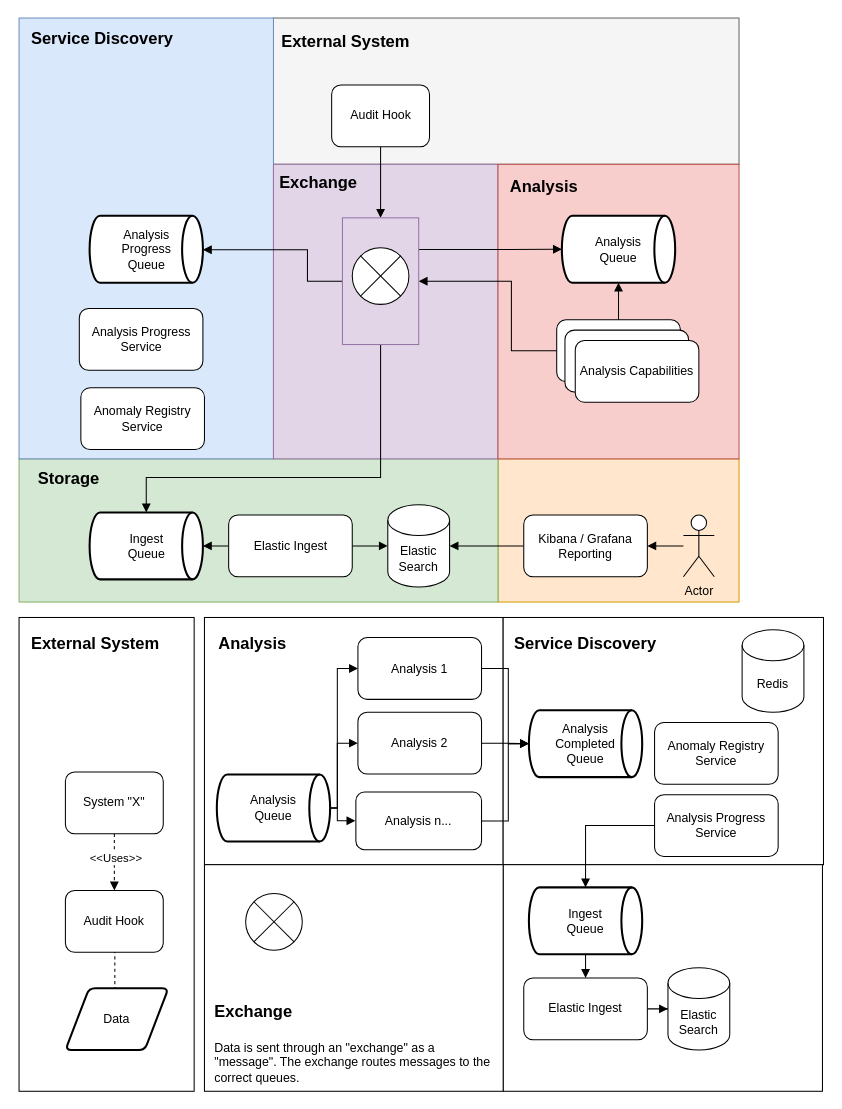
This is rabbit_connections.drawio from gullskatten/BPMN-models, a draw.io file, before an edit. Source tidied: cells renumbered, new cells numbered last; positions are measured from the earlier drawing's top-left corner, leaving out a move shared by most shapes. Both pictures are drawn from the tidied source at 103%, with x=0, y=0 at pixel (19, 18).
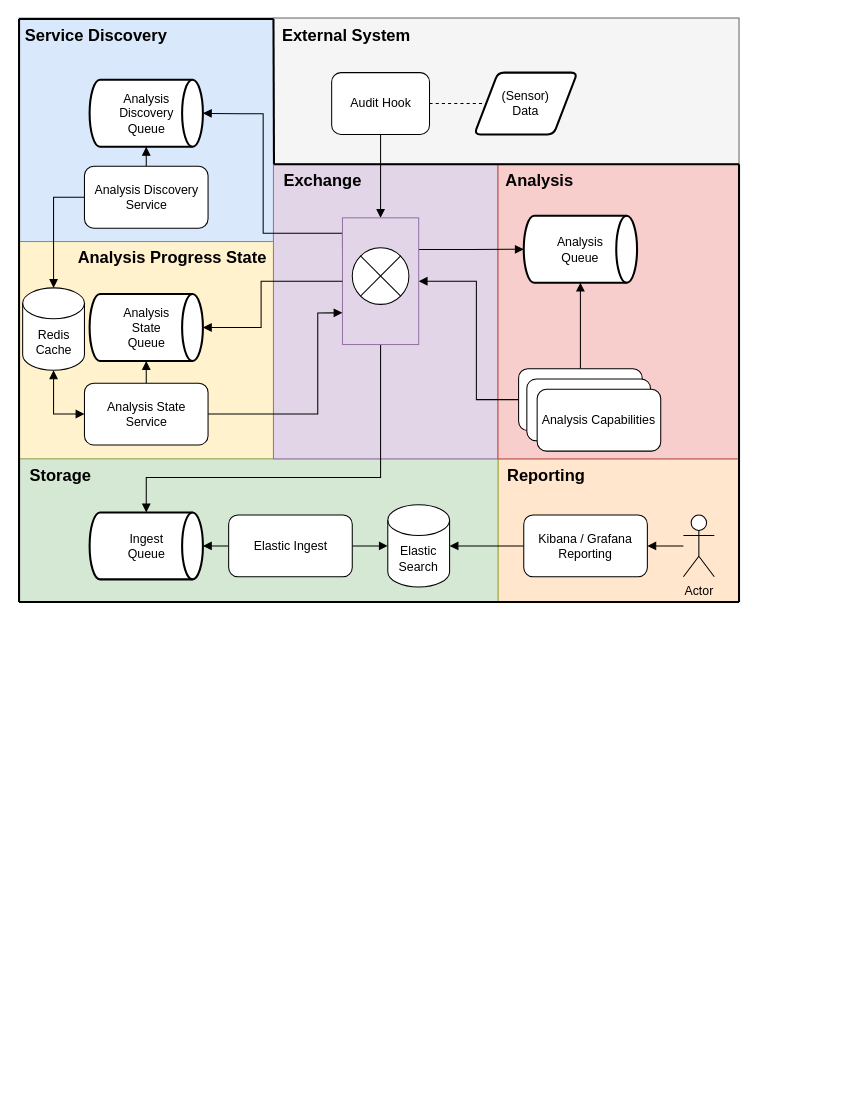
The same page after the edit.

The change refers to these unchanged cells:
```xml
<mxCell id="2" style="rounded=0;whiteSpace=wrap;html=1;fontSize=12;fillColor=#ffe6cc;align=left;strokeColor=#d79b00;" parent="1" vertex="1">
  <mxGeometry x="465" y="428" width="234" height="139" as="geometry" />
</mxCell>
<mxCell id="3" style="rounded=0;whiteSpace=wrap;html=1;fontSize=12;fillColor=#d5e8d4;align=left;strokeColor=#82b366;" parent="1" vertex="1">
  <mxGeometry y="428" width="465" height="139" as="geometry" />
</mxCell>
<mxCell id="40" style="rounded=0;whiteSpace=wrap;html=1;fontSize=12;fillColor=#f5f5f5;align=left;strokeColor=#666666;fontColor=#333333;" parent="1" vertex="1">
  <mxGeometry x="247" width="452" height="142" as="geometry" />
</mxCell>
<mxCell id="43" style="rounded=0;whiteSpace=wrap;html=1;fontSize=12;fillColor=#f8cecc;align=left;strokeColor=#b85450;" parent="1" vertex="1">
  <mxGeometry x="465" y="142" width="234" height="286" as="geometry" />
</mxCell>
<mxCell id="63" style="rounded=0;whiteSpace=wrap;html=1;fontSize=12;fillColor=#e1d5e7;align=left;strokeColor=#9673a6;" parent="1" vertex="1">
  <mxGeometry x="314" y="194" width="74" height="123" as="geometry" />
</mxCell>
```

Diff of the diagram source:
```diff
@@
+    <mxCell id="74" style="rounded=0;whiteSpace=wrap;html=1;fontSize=12;fillColor=#fff2cc;align=left;strokeColor=#d6b656;" parent="1" vertex="1">
+      <mxGeometry y="216" width="247" height="212" as="geometry" />
+    </mxCell>
@@
-    <mxCell id="4" style="rounded=0;whiteSpace=wrap;html=1;" parent="1" vertex="1">
-      <mxGeometry x="180" y="582" width="290" height="240" as="geometry" />
-    </mxCell>
-    <mxCell id="5" style="rounded=0;whiteSpace=wrap;html=1;" parent="1" vertex="1">
-      <mxGeometry x="470" y="582" width="311" height="240" as="geometry" />
-    </mxCell>
-    <mxCell id="6" style="rounded=0;whiteSpace=wrap;html=1;" parent="1" vertex="1">
-      <mxGeometry x="470" y="822" width="310" height="220" as="geometry" />
-    </mxCell>
-    <mxCell id="7" style="rounded=0;whiteSpace=wrap;html=1;" parent="1" vertex="1">
-      <mxGeometry y="582" width="170" height="460" as="geometry" />
-    </mxCell>
-    <mxCell id="8" style="rounded=0;whiteSpace=wrap;html=1;" parent="1" vertex="1">
-      <mxGeometry x="180" y="822" width="290" height="220" as="geometry" />
-    </mxCell>
-    <mxCell id="9" style="edgeStyle=orthogonalEdgeStyle;rounded=0;jettySize=auto;html=1;entryX=0;entryY=0.5;entryDx=0;entryDy=0;entryPerimeter=0;fontSize=12;endArrow=block;endFill=1;" parent="1" edge="1" source="10" target="37">
-      <mxGeometry relative="1" as="geometry">
-        <Array as="points">
-          <mxPoint x="475" y="632" />
-          <mxPoint x="475" y="705" />
-        </Array>
-      </mxGeometry>
-    </mxCell>
-    <mxCell id="10" value="Analysis 1" style="rounded=1;whiteSpace=wrap;html=1;" parent="1" vertex="1">
-      <mxGeometry x="329" y="601.5" width="120" height="60" as="geometry" />
-    </mxCell>
-    <mxCell id="11" style="edgeStyle=orthogonalEdgeStyle;rounded=0;jettySize=auto;html=1;fontSize=12;endArrow=block;endFill=1;" parent="1" edge="1" source="12" target="37">
-      <mxGeometry relative="1" as="geometry" />
-    </mxCell>
-    <mxCell id="12" value="Analysis 2" style="rounded=1;whiteSpace=wrap;html=1;" parent="1" vertex="1">
-      <mxGeometry x="329" y="674" width="120" height="60" as="geometry" />
-    </mxCell>
-    <mxCell id="13" style="edgeStyle=orthogonalEdgeStyle;rounded=0;jettySize=auto;html=1;entryX=0;entryY=0.5;entryDx=0;entryDy=0;entryPerimeter=0;fontSize=12;endArrow=block;endFill=1;" parent="1" edge="1" source="14" target="37">
-      <mxGeometry relative="1" as="geometry">
-        <Array as="points">
-          <mxPoint x="475" y="780" />
-          <mxPoint x="475" y="705" />
-        </Array>
-      </mxGeometry>
-    </mxCell>
-    <mxCell id="14" value="Analysis n..." style="rounded=1;whiteSpace=wrap;html=1;" parent="1" vertex="1">
-      <mxGeometry x="327" y="751.5" width="122" height="56" as="geometry" />
-    </mxCell>
-    <mxCell id="15" style="edgeStyle=orthogonalEdgeStyle;rounded=0;jettySize=auto;html=1;fontSize=12;endArrow=block;endFill=1;" parent="1" edge="1" source="16" target="27">
-      <mxGeometry relative="1" as="geometry" />
-    </mxCell>
-    <mxCell id="16" value="Elastic Ingest" style="rounded=1;whiteSpace=wrap;html=1;" parent="1" vertex="1">
-      <mxGeometry x="490" y="932" width="120" height="60" as="geometry" />
-    </mxCell>
-    <mxCell id="17" value="Anomaly Registry&lt;br&gt;Service" style="rounded=1;whiteSpace=wrap;html=1;" parent="1" vertex="1">
-      <mxGeometry x="617" y="684" width="120" height="60" as="geometry" />
-    </mxCell>
-    <mxCell id="18" value="Redis" style="shape=cylinder3;whiteSpace=wrap;html=1;boundedLbl=1;backgroundOutline=1;size=15;" parent="1" vertex="1">
-      <mxGeometry x="702" y="594" width="60" height="80" as="geometry" />
-    </mxCell>
-    <mxCell id="19" value="Audit Hook" style="rounded=1;whiteSpace=wrap;html=1;" parent="1" vertex="1">
-      <mxGeometry x="45" y="847" width="95" height="60" as="geometry" />
-    </mxCell>
-    <mxCell id="20" style="edgeStyle=orthogonalEdgeStyle;rounded=0;jettySize=auto;html=1;dashed=1;endArrow=none;endFill=0;exitX=0.5;exitY=0;exitDx=0;exitDy=0;" parent="1" edge="1" source="21" target="19">
-      <mxGeometry relative="1" as="geometry">
-        <Array as="points">
-          <mxPoint x="93" y="942" />
-        </Array>
-      </mxGeometry>
-    </mxCell>
-    <mxCell id="21" value="Data" style="shape=parallelogram;html=1;strokeWidth=2;perimeter=parallelogramPerimeter;whiteSpace=wrap;rounded=1;arcSize=12;size=0.23;" parent="1" vertex="1">
-      <mxGeometry x="45" y="942" width="100" height="60" as="geometry" />
-    </mxCell>
-    <mxCell id="22" style="edgeStyle=orthogonalEdgeStyle;rounded=0;jettySize=auto;html=1;entryX=0.5;entryY=0;entryDx=0;entryDy=0;entryPerimeter=0;fontSize=12;endArrow=block;endFill=1;" parent="1" edge="1" source="23" target="35">
-      <mxGeometry relative="1" as="geometry" />
-    </mxCell>
-    <mxCell id="23" value="Analysis Progress&lt;br&gt;Service" style="rounded=1;whiteSpace=wrap;html=1;" parent="1" vertex="1">
-      <mxGeometry x="617" y="754" width="120" height="60" as="geometry" />
-    </mxCell>
-    <mxCell id="24" style="edgeStyle=orthogonalEdgeStyle;rounded=0;jettySize=auto;html=1;entryX=0.5;entryY=0;entryDx=0;entryDy=0;dashed=1;endArrow=block;endFill=1;" parent="1" edge="1" source="26" target="19">
-      <mxGeometry relative="1" as="geometry" />
-    </mxCell>
-    <mxCell id="25" value="&amp;lt;&amp;lt;Uses&amp;gt;&amp;gt;" style="edgeLabel;html=1;align=center;verticalAlign=middle;" parent="24" vertex="1">
-      <mxGeometry x="-0.18" y="1" relative="1" as="geometry" />
-    </mxCell>
-    <mxCell id="26" value="System &quot;X&quot;" style="rounded=1;whiteSpace=wrap;html=1;" parent="1" vertex="1">
-      <mxGeometry x="45" y="732" width="95" height="60" as="geometry" />
-    </mxCell>
-    <mxCell id="27" value="Elastic&lt;br&gt;Search" style="shape=cylinder3;whiteSpace=wrap;html=1;boundedLbl=1;backgroundOutline=1;size=15;" parent="1" vertex="1">
-      <mxGeometry x="630" y="922" width="60" height="80" as="geometry" />
-    </mxCell>
-    <mxCell id="28" style="edgeStyle=orthogonalEdgeStyle;rounded=0;jettySize=auto;html=1;entryX=-0.004;entryY=0.496;entryDx=0;entryDy=0;fontSize=12;endArrow=block;endFill=1;entryPerimeter=0;" parent="1" edge="1" target="14">
-      <mxGeometry relative="1" as="geometry">
-        <mxPoint x="300" y="767" as="sourcePoint" />
-        <Array as="points">
-          <mxPoint x="309" y="767" />
-          <mxPoint x="309" y="779" />
-        </Array>
-      </mxGeometry>
-    </mxCell>
-    <mxCell id="29" style="edgeStyle=orthogonalEdgeStyle;rounded=0;jettySize=auto;html=1;entryX=0;entryY=0.5;entryDx=0;entryDy=0;fontSize=12;endArrow=block;endFill=1;" parent="1" edge="1" source="31" target="10">
-      <mxGeometry relative="1" as="geometry">
-        <Array as="points">
-          <mxPoint x="309" y="767" />
-          <mxPoint x="309" y="632" />
-        </Array>
-      </mxGeometry>
-    </mxCell>
-    <mxCell id="30" style="edgeStyle=orthogonalEdgeStyle;rounded=0;jettySize=auto;html=1;entryX=0;entryY=0.5;entryDx=0;entryDy=0;fontSize=12;endArrow=block;endFill=1;" parent="1" edge="1" source="31" target="12">
-      <mxGeometry relative="1" as="geometry">
-        <Array as="points">
-          <mxPoint x="309" y="767" />
-          <mxPoint x="309" y="704" />
-        </Array>
-      </mxGeometry>
-    </mxCell>
-    <mxCell id="31" value="Analysis &lt;br&gt;Queue" style="strokeWidth=2;html=1;shape=mxgraph.flowchart.direct_data;whiteSpace=wrap;" parent="1" vertex="1">
-      <mxGeometry x="192" y="734.5" width="110" height="65" as="geometry" />
-    </mxCell>
-    <mxCell id="32" value="&lt;h1&gt;&lt;font style=&quot;font-size: 16px&quot;&gt;Exchange&lt;/font&gt;&lt;/h1&gt;&lt;div&gt;&lt;font style=&quot;font-size: 12px&quot;&gt;Data is sent through an &quot;exchange&quot; as a &quot;message&quot;. The exchange routes messages to the correct queues.&lt;/font&gt;&lt;/div&gt;" style="text;html=1;strokeColor=none;fillColor=none;spacing=5;spacingTop=-20;whiteSpace=wrap;overflow=hidden;rounded=0;" parent="1" vertex="1">
-      <mxGeometry x="185" y="942" width="280" height="100" as="geometry" />
-    </mxCell>
-    <mxCell id="33" style="shape=sumEllipse;perimeter=ellipsePerimeter;whiteSpace=wrap;html=1;backgroundOutline=1;fontSize=12;fillColor=#FFFFFF;" parent="1" vertex="1">
-      <mxGeometry x="220" y="850" width="55" height="55" as="geometry" />
-    </mxCell>
-    <mxCell id="34" style="edgeStyle=orthogonalEdgeStyle;rounded=0;jettySize=auto;html=1;entryX=0.5;entryY=0;entryDx=0;entryDy=0;fontSize=12;endArrow=block;endFill=1;" parent="1" edge="1" source="35" target="16">
-      <mxGeometry relative="1" as="geometry" />
-    </mxCell>
-    <mxCell id="35" value="Ingest&lt;br&gt;Queue" style="strokeWidth=2;html=1;shape=mxgraph.flowchart.direct_data;whiteSpace=wrap;" parent="1" vertex="1">
-      <mxGeometry x="495" y="844" width="110" height="65" as="geometry" />
-    </mxCell>
-    <mxCell id="36" value="&lt;font style=&quot;font-size: 16px&quot;&gt;&lt;b&gt;Service Discovery&lt;/b&gt;&lt;/font&gt;" style="text;html=1;strokeColor=none;fillColor=none;align=center;verticalAlign=middle;whiteSpace=wrap;rounded=0;fontSize=12;" parent="1" vertex="1">
-      <mxGeometry x="475" y="592" width="150" height="30" as="geometry" />
-    </mxCell>
-    <mxCell id="37" value="Analysis&lt;br&gt;Completed&lt;br&gt;Queue" style="strokeWidth=2;html=1;shape=mxgraph.flowchart.direct_data;whiteSpace=wrap;" parent="1" vertex="1">
-      <mxGeometry x="495" y="672" width="110" height="65" as="geometry" />
-    </mxCell>
-    <mxCell id="38" value="&lt;font style=&quot;font-size: 16px&quot;&gt;&lt;b&gt;Analysis&lt;/b&gt;&lt;/font&gt;" style="text;html=1;strokeColor=none;fillColor=none;align=left;verticalAlign=middle;whiteSpace=wrap;rounded=0;fontSize=12;" parent="1" vertex="1">
-      <mxGeometry x="192" y="592" width="76" height="30" as="geometry" />
-    </mxCell>
-    <mxCell id="39" value="&lt;font style=&quot;font-size: 16px&quot;&gt;&lt;b&gt;External System&lt;/b&gt;&lt;/font&gt;" style="text;html=1;strokeColor=none;fillColor=none;align=left;verticalAlign=middle;whiteSpace=wrap;rounded=0;fontSize=12;" parent="1" vertex="1">
-      <mxGeometry x="10" y="592" width="135" height="30" as="geometry" />
-    </mxCell>
@@
     <mxCell id="41" style="rounded=0;whiteSpace=wrap;html=1;fontSize=12;fillColor=#dae8fc;align=left;strokeColor=#6c8ebf;" parent="1" vertex="1">
-      <mxGeometry width="247" height="428" as="geometry" />
+      <mxGeometry width="247" height="217" as="geometry" />
     </mxCell>
@@
-    <mxCell id="44" value="&lt;font style=&quot;font-size: 16px&quot;&gt;&lt;b&gt;Exchange&lt;/b&gt;&lt;/font&gt;" style="text;html=1;strokeColor=none;fillColor=none;align=left;verticalAlign=middle;whiteSpace=wrap;rounded=0;fontSize=12;" parent="1" vertex="1">
-      <mxGeometry x="251" y="145" width="76" height="30" as="geometry" />
+    <mxCell id="44" value="&lt;font style=&quot;font-size: 16px&quot;&gt;&lt;b&gt;Exchange&lt;/b&gt;&lt;/font&gt;" style="text;html=1;strokeColor=none;fillColor=none;align=center;verticalAlign=middle;whiteSpace=wrap;rounded=0;fontSize=12;" parent="1" vertex="1">
+      <mxGeometry x="247.5" y="142" width="93.5" height="32" as="geometry" />
     </mxCell>
-    <mxCell id="45" style="edgeStyle=orthogonalEdgeStyle;rounded=0;jettySize=auto;html=1;fontSize=12;endArrow=block;endFill=1;exitX=0;exitY=0.5;exitDx=0;exitDy=0;" parent="1" edge="1" source="63" target="54">
-      <mxGeometry relative="1" as="geometry">
-        <Array as="points">
-          <mxPoint x="280" y="255" />
-          <mxPoint x="280" y="225" />
-        </Array>
-      </mxGeometry>
-    </mxCell>
@@
-    <mxCell id="48" value="&lt;font style=&quot;font-size: 16px&quot;&gt;&lt;b&gt;External System&lt;/b&gt;&lt;/font&gt;" style="text;html=1;strokeColor=none;fillColor=none;align=left;verticalAlign=middle;whiteSpace=wrap;rounded=0;fontSize=12;" parent="1" vertex="1">
-      <mxGeometry x="253" y="8" width="135" height="30" as="geometry" />
+    <mxCell id="48" value="&lt;font style=&quot;font-size: 16px&quot;&gt;&lt;b&gt;External System&lt;/b&gt;&lt;/font&gt;" style="text;html=1;strokeColor=none;fillColor=none;align=center;verticalAlign=middle;whiteSpace=wrap;rounded=0;fontSize=12;" parent="1" vertex="1">
+      <mxGeometry x="247" y="1" width="142" height="32" as="geometry" />
     </mxCell>
@@
+    <mxCell id="75" style="edgeStyle=orthogonalEdgeStyle;rounded=0;jettySize=auto;html=1;entryX=0;entryY=0.5;entryDx=0;entryDy=0;fontSize=12;endArrow=none;endFill=0;dashed=1;" parent="1" edge="1" source="50" target="86">
+      <mxGeometry relative="1" as="geometry" />
+    </mxCell>
     <mxCell id="50" value="Audit Hook" style="rounded=1;whiteSpace=wrap;html=1;" parent="1" vertex="1">
-      <mxGeometry x="303.5" y="65" width="95" height="60" as="geometry" />
+      <mxGeometry x="303.5" y="53" width="95" height="60" as="geometry" />
     </mxCell>
-    <mxCell id="51" value="&lt;font style=&quot;font-size: 16px&quot;&gt;&lt;b&gt;Analysis&lt;/b&gt;&lt;/font&gt;" style="text;html=1;strokeColor=none;fillColor=none;align=left;verticalAlign=middle;whiteSpace=wrap;rounded=0;fontSize=12;" parent="1" vertex="1">
-      <mxGeometry x="475" y="148" width="76" height="30" as="geometry" />
+    <mxCell id="51" value="&lt;font style=&quot;font-size: 16px&quot;&gt;&lt;b&gt;Analysis&lt;/b&gt;&lt;/font&gt;" style="text;html=1;strokeColor=none;fillColor=none;align=center;verticalAlign=middle;whiteSpace=wrap;rounded=0;fontSize=12;" parent="1" vertex="1">
+      <mxGeometry x="465" y="142" width="81" height="32" as="geometry" />
     </mxCell>
     <mxCell id="52" value="&lt;font style=&quot;font-size: 16px&quot;&gt;&lt;b&gt;Service Discovery&lt;/b&gt;&lt;/font&gt;" style="text;html=1;strokeColor=none;fillColor=none;align=center;verticalAlign=middle;whiteSpace=wrap;rounded=0;fontSize=12;" parent="1" vertex="1">
-      <mxGeometry x="6" y="5" width="150" height="30" as="geometry" />
+      <mxGeometry y="1" width="150" height="32" as="geometry" />
     </mxCell>
     <mxCell id="53" value="Analysis &lt;br&gt;Queue" style="strokeWidth=2;html=1;shape=mxgraph.flowchart.direct_data;whiteSpace=wrap;" parent="1" vertex="1">
-      <mxGeometry x="527" y="192" width="110" height="65" as="geometry" />
+      <mxGeometry x="490" y="192" width="110" height="65" as="geometry" />
     </mxCell>
-    <mxCell id="54" value="Analysis&lt;br&gt;Progress&lt;br&gt;Queue" style="strokeWidth=2;html=1;shape=mxgraph.flowchart.direct_data;whiteSpace=wrap;" parent="1" vertex="1">
-      <mxGeometry x="68.5" y="192" width="110" height="65" as="geometry" />
+    <mxCell id="54" value="Analysis&lt;br&gt;State&lt;br&gt;Queue" style="strokeWidth=2;html=1;shape=mxgraph.flowchart.direct_data;whiteSpace=wrap;" parent="1" vertex="1">
+      <mxGeometry x="68.5" y="268" width="110" height="65" as="geometry" />
     </mxCell>
+    <mxCell id="76" style="edgeStyle=orthogonalEdgeStyle;rounded=0;jettySize=auto;html=1;fontSize=12;endArrow=block;endFill=1;" parent="1" edge="1" source="55" target="83">
+      <mxGeometry relative="1" as="geometry" />
+    </mxCell>
+    <mxCell id="77" style="edgeStyle=orthogonalEdgeStyle;rounded=0;jettySize=auto;html=1;entryX=0.5;entryY=0;entryDx=0;entryDy=0;entryPerimeter=0;fontSize=12;endArrow=block;endFill=1;exitX=0;exitY=0.5;exitDx=0;exitDy=0;" parent="1" edge="1" source="55" target="85">
+      <mxGeometry relative="1" as="geometry" />
+    </mxCell>
-    <mxCell id="55" value="Anomaly Registry&lt;br&gt;Service" style="rounded=1;whiteSpace=wrap;html=1;" parent="1" vertex="1">
-      <mxGeometry x="60" y="359" width="120" height="60" as="geometry" />
+    <mxCell id="55" value="Analysis Discovery&lt;br&gt;Service" style="rounded=1;whiteSpace=wrap;html=1;" parent="1" vertex="1">
+      <mxGeometry x="63.5" y="144" width="120" height="60" as="geometry" />
     </mxCell>
+    <mxCell id="78" style="edgeStyle=orthogonalEdgeStyle;rounded=0;jettySize=auto;html=1;entryX=0.5;entryY=1;entryDx=0;entryDy=0;entryPerimeter=0;fontSize=12;endArrow=block;endFill=1;exitX=0;exitY=0.5;exitDx=0;exitDy=0;startArrow=block;startFill=1;" parent="1" edge="1" source="56" target="85">
+      <mxGeometry relative="1" as="geometry" />
+    </mxCell>
+    <mxCell id="79" style="edgeStyle=orthogonalEdgeStyle;rounded=0;jettySize=auto;html=1;fontSize=12;endArrow=block;endFill=1;" parent="1" edge="1" source="56" target="54">
+      <mxGeometry relative="1" as="geometry" />
+    </mxCell>
+    <mxCell id="80" style="edgeStyle=orthogonalEdgeStyle;rounded=0;jettySize=auto;html=1;entryX=0;entryY=0.75;entryDx=0;entryDy=0;fontSize=12;endArrow=block;endFill=1;exitX=1;exitY=0.5;exitDx=0;exitDy=0;" parent="1" edge="1" source="56" target="63">
+      <mxGeometry relative="1" as="geometry">
+        <Array as="points">
+          <mxPoint x="290" y="385" />
+          <mxPoint x="290" y="286" />
+        </Array>
+      </mxGeometry>
+    </mxCell>
-    <mxCell id="56" value="Analysis Progress&lt;br&gt;Service" style="rounded=1;whiteSpace=wrap;html=1;" parent="1" vertex="1">
-      <mxGeometry x="58.5" y="282" width="120" height="60" as="geometry" />
+    <mxCell id="56" value="Analysis State&lt;br&gt;Service" style="rounded=1;whiteSpace=wrap;html=1;" parent="1" vertex="1">
+      <mxGeometry x="63.5" y="354.5" width="120" height="60" as="geometry" />
     </mxCell>
@@
     <mxCell id="59" style="rounded=1;whiteSpace=wrap;html=1;" parent="1" vertex="1">
-      <mxGeometry x="522" y="293" width="120" height="60" as="geometry" />
+      <mxGeometry x="485" y="340.5" width="120" height="60" as="geometry" />
     </mxCell>
     <mxCell id="60" style="edgeStyle=orthogonalEdgeStyle;rounded=0;jettySize=auto;html=1;entryX=1;entryY=0.5;entryDx=0;entryDy=0;fontSize=12;endArrow=block;endFill=1;exitX=0;exitY=0.5;exitDx=0;exitDy=0;" parent="1" edge="1" source="59" target="63">
       <mxGeometry relative="1" as="geometry">
         <Array as="points">
-          <mxPoint x="478" y="323" />
-          <mxPoint x="478" y="256" />
-          <mxPoint x="388" y="256" />
+          <mxPoint x="444" y="371" />
+          <mxPoint x="444" y="256" />
         </Array>
       </mxGeometry>
     </mxCell>
     <mxCell id="61" style="rounded=1;whiteSpace=wrap;html=1;" parent="1" vertex="1">
-      <mxGeometry x="530" y="303" width="120" height="60" as="geometry" />
+      <mxGeometry x="493" y="350.5" width="120" height="60" as="geometry" />
     </mxCell>
     <mxCell id="62" value="Analysis Capabilities" style="rounded=1;whiteSpace=wrap;html=1;" parent="1" vertex="1">
-      <mxGeometry x="540" y="313" width="120" height="60" as="geometry" />
+      <mxGeometry x="503" y="360.5" width="120" height="60" as="geometry" />
     </mxCell>
+    <mxCell id="81" style="edgeStyle=orthogonalEdgeStyle;rounded=0;jettySize=auto;html=1;exitX=0;exitY=0.25;exitDx=0;exitDy=0;entryX=1;entryY=0.5;entryDx=0;entryDy=0;entryPerimeter=0;fontSize=12;endArrow=block;endFill=1;" parent="1" edge="1" source="63" target="83">
+      <mxGeometry relative="1" as="geometry">
+        <Array as="points">
+          <mxPoint x="314" y="209" />
+          <mxPoint x="237" y="209" />
+          <mxPoint x="237" y="93" />
+          <mxPoint x="215" y="93" />
+        </Array>
+      </mxGeometry>
+    </mxCell>
@@
+    <mxCell id="45" style="edgeStyle=orthogonalEdgeStyle;rounded=0;jettySize=auto;html=1;entryX=1;entryY=0.5;entryDx=0;entryDy=0;entryPerimeter=0;fontSize=12;endArrow=block;endFill=1;exitX=0;exitY=0.5;exitDx=0;exitDy=0;" parent="1" edge="1" source="63" target="54">
+      <mxGeometry relative="1" as="geometry">
+        <Array as="points">
+          <mxPoint x="235" y="256" />
+          <mxPoint x="235" y="301" />
+        </Array>
+      </mxGeometry>
+    </mxCell>
@@
     <mxCell id="69" value="&lt;font style=&quot;font-size: 16px&quot;&gt;&lt;b&gt;Storage&lt;/b&gt;&lt;/font&gt;" style="text;html=1;strokeColor=none;fillColor=none;align=center;verticalAlign=middle;whiteSpace=wrap;rounded=0;fontSize=12;" parent="1" vertex="1">
-      <mxGeometry x="8" y="432" width="81" height="30" as="geometry" />
+      <mxGeometry y="428" width="81" height="32" as="geometry" />
     </mxCell>
@@
+    <mxCell id="82" value="&lt;font style=&quot;font-size: 16px&quot;&gt;&lt;b&gt;Reporting&lt;/b&gt;&lt;/font&gt;" style="text;html=1;strokeColor=none;fillColor=none;align=center;verticalAlign=middle;whiteSpace=wrap;rounded=0;fontSize=12;" parent="1" vertex="1">
+      <mxGeometry x="465" y="428" width="94" height="32" as="geometry" />
+    </mxCell>
+    <mxCell id="83" value="Analysis &lt;br&gt;Discovery &lt;br&gt;Queue" style="strokeWidth=2;html=1;shape=mxgraph.flowchart.direct_data;whiteSpace=wrap;" parent="1" vertex="1">
+      <mxGeometry x="68.5" y="60" width="110" height="65" as="geometry" />
+    </mxCell>
+    <mxCell id="84" value="&lt;font style=&quot;font-size: 16px&quot;&gt;&lt;b&gt;Analysis Progress State&lt;/b&gt;&lt;/font&gt;" style="text;html=1;strokeColor=none;fillColor=none;align=center;verticalAlign=middle;whiteSpace=wrap;rounded=0;fontSize=12;" parent="1" vertex="1">
+      <mxGeometry x="48" y="216" width="202" height="32" as="geometry" />
+    </mxCell>
+    <mxCell id="85" value="Redis&lt;br&gt;Cache" style="shape=cylinder3;whiteSpace=wrap;html=1;boundedLbl=1;backgroundOutline=1;size=15;fontSize=12;fillColor=#FFFFFF;align=center;" parent="1" vertex="1">
+      <mxGeometry x="3.5" y="262" width="60" height="80" as="geometry" />
+    </mxCell>
+    <mxCell id="86" value="(Sensor)&lt;br&gt;Data" style="shape=parallelogram;html=1;strokeWidth=2;perimeter=parallelogramPerimeter;whiteSpace=wrap;rounded=1;arcSize=12;size=0.23;fontSize=12;fillColor=#FFFFFF;align=center;" parent="1" vertex="1">
+      <mxGeometry x="442" y="53" width="100" height="60" as="geometry" />
+    </mxCell>
+    <mxCell id="87" style="endArrow=none;html=1;rounded=0;fontSize=12;exitX=1;exitY=0;exitDx=0;exitDy=0;entryX=0;entryY=0;entryDx=0;entryDy=0;strokeWidth=2;" parent="1" edge="1" source="43" target="44">
+      <mxGeometry relative="1" as="geometry" />
+    </mxCell>
+    <mxCell id="88" style="endArrow=none;html=1;rounded=0;fontSize=12;exitX=0;exitY=0;exitDx=0;exitDy=0;entryX=0;entryY=0;entryDx=0;entryDy=0;strokeWidth=2;" parent="1" edge="1" source="48" target="44">
+      <mxGeometry relative="1" as="geometry" />
+    </mxCell>
+    <mxCell id="89" style="endArrow=none;html=1;rounded=0;fontSize=12;exitX=1;exitY=1;exitDx=0;exitDy=0;entryX=1;entryY=1;entryDx=0;entryDy=0;strokeWidth=2;" parent="1" edge="1" source="2" target="40">
+      <mxGeometry relative="1" as="geometry" />
+    </mxCell>
+    <mxCell id="90" style="endArrow=none;html=1;rounded=0;fontSize=12;exitX=1;exitY=1;exitDx=0;exitDy=0;entryX=0;entryY=1;entryDx=0;entryDy=0;strokeWidth=2;" parent="1" edge="1" source="2" target="3">
+      <mxGeometry relative="1" as="geometry" />
+    </mxCell>
+    <mxCell id="91" style="endArrow=none;html=1;rounded=0;fontSize=12;exitX=0;exitY=0;exitDx=0;exitDy=0;entryX=0;entryY=1;entryDx=0;entryDy=0;strokeWidth=2;" parent="1" edge="1" source="52" target="3">
+      <mxGeometry relative="1" as="geometry" />
+    </mxCell>
+    <mxCell id="92" style="endArrow=none;html=1;rounded=0;fontSize=12;exitX=0;exitY=0;exitDx=0;exitDy=0;entryX=0;entryY=0;entryDx=0;entryDy=0;strokeWidth=2;" parent="1" edge="1" source="52" target="48">
+      <mxGeometry relative="1" as="geometry" />
+    </mxCell>
```
